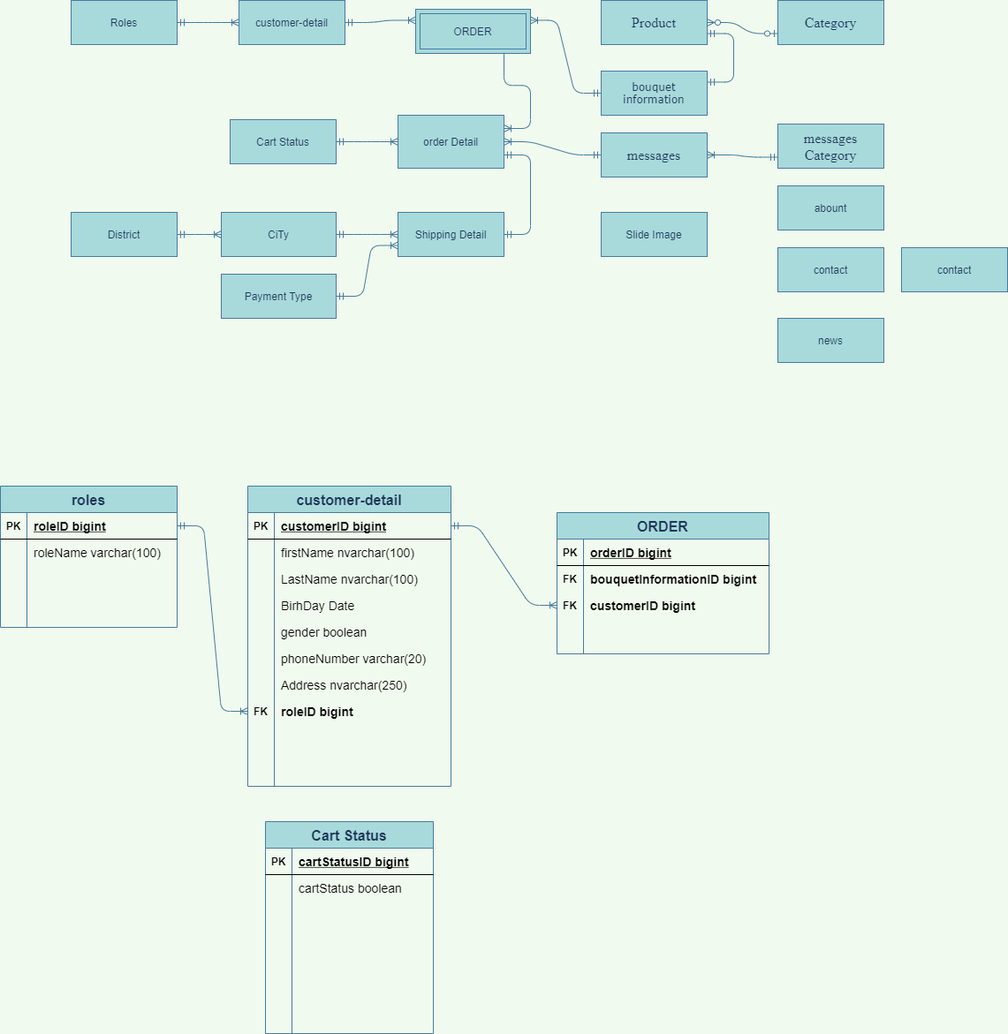
Before: Untitled Diagram.png, a diagram exported from draw.io (maialino123/Eproject-SEM3). Source tidied: cells renumbered, new cells last; positions are measured from the earlier drawing's top-left corner, leaving out a move shared by most shapes.
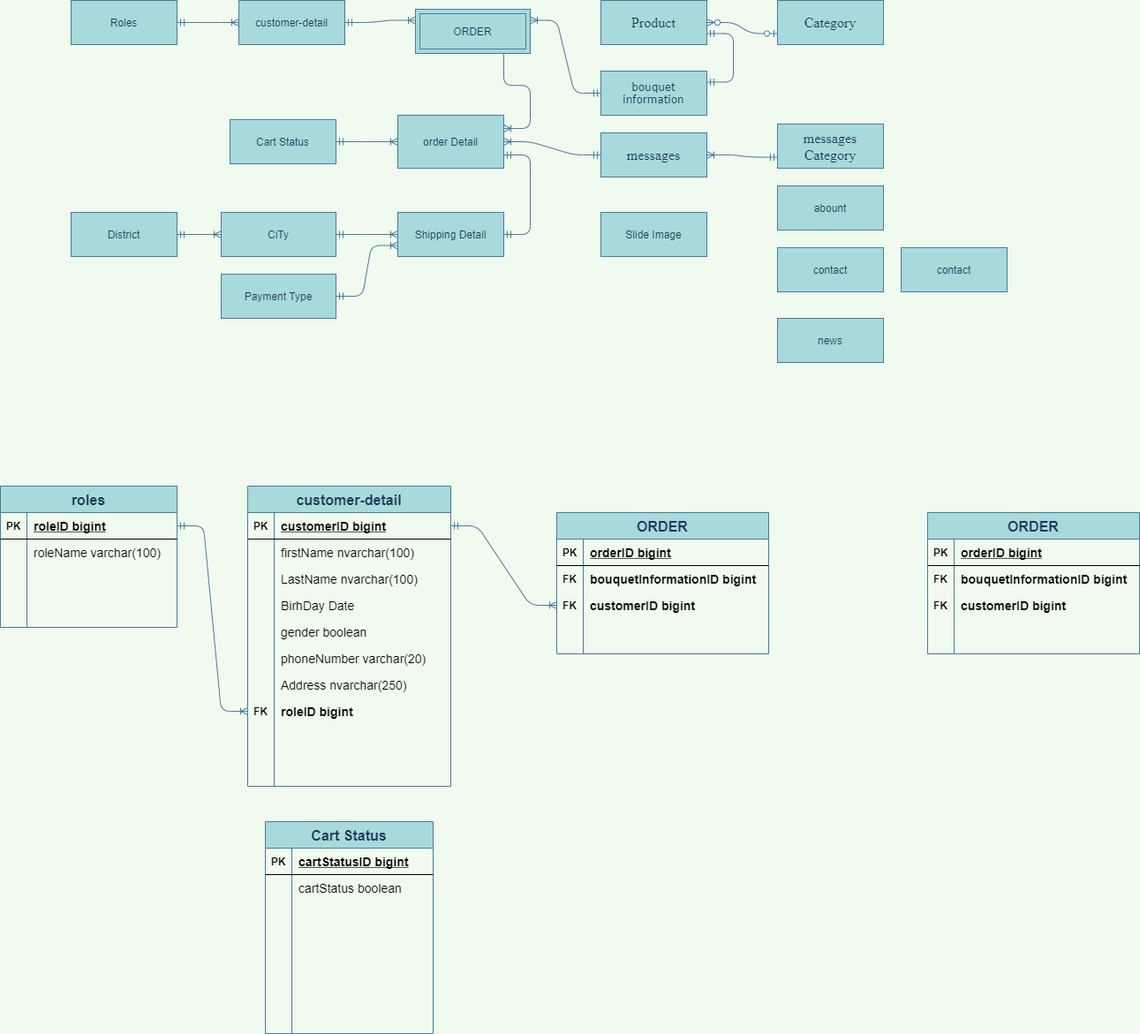
After the commit.

Change to the diagram source:
```diff
@@ -323,5 +323,44 @@
     <mxCell id="108" style="edgeStyle=entityRelationEdgeStyle;fontSize=12;html=1;endArrow=ERoneToMany;startArrow=ERmandOne;fontColor=#1D3557;strokeColor=#457B9D;fillColor=#A8DADC;labelBackgroundColor=#F1FAEE;exitX=1;exitY=0.5;exitDx=0;exitDy=0;entryX=0;entryY=0.5;entryDx=0;entryDy=0;" parent="1" edge="1" source="48" target="102">
       <mxGeometry relative="1" as="geometry" />
     </mxCell>
+    <mxCell id="109" value="ORDER" style="shape=table;startSize=30;rowLines=0;fontStyle=1;align=center;rounded=0;sketch=0;fontSize=16;fontColor=#1D3557;strokeColor=#457B9D;fillColor=#A8DADC;" parent="1" vertex="1">
+      <mxGeometry x="1050" y="580" width="240" height="160" as="geometry" />
+    </mxCell>
+    <mxCell id="110" style="shape=partialRectangle;fillColor=none;top=0;left=0;bottom=1;right=0;" parent="109" vertex="1">
+      <mxGeometry y="30" width="240" height="30" as="geometry" />
+    </mxCell>
+    <mxCell id="111" value="PK" style="shape=partialRectangle;fillColor=none;top=0;left=0;bottom=0;right=0;fontStyle=1;overflow=hidden;" parent="110" vertex="1">
+      <mxGeometry width="30" height="30" as="geometry" />
+    </mxCell>
+    <mxCell id="112" value="orderID bigint" style="shape=partialRectangle;fillColor=none;top=0;left=0;bottom=0;right=0;align=left;spacingLeft=6;fontStyle=5;overflow=hidden;fontSize=14;" parent="110" vertex="1">
+      <mxGeometry x="30" width="210" height="30" as="geometry" />
+    </mxCell>
+    <mxCell id="113" style="shape=partialRectangle;fillColor=none;top=0;left=0;bottom=0;right=0;" parent="109" vertex="1">
+      <mxGeometry y="60" width="240" height="30" as="geometry" />
+    </mxCell>
+    <mxCell id="114" value="FK" style="shape=partialRectangle;fillColor=none;top=0;left=0;bottom=0;right=0;overflow=hidden;fontStyle=1;" parent="113" vertex="1">
+      <mxGeometry width="30" height="30" as="geometry" />
+    </mxCell>
+    <mxCell id="115" value="bouquetInformationID bigint " style="shape=partialRectangle;fillColor=none;top=0;left=0;bottom=0;right=0;align=left;spacingLeft=6;overflow=hidden;fontSize=14;fontStyle=1;" parent="113" vertex="1">
+      <mxGeometry x="30" width="210" height="30" as="geometry" />
+    </mxCell>
+    <mxCell id="116" style="shape=partialRectangle;fillColor=none;top=0;left=0;bottom=0;right=0;" parent="109" vertex="1">
+      <mxGeometry y="90" width="240" height="30" as="geometry" />
+    </mxCell>
+    <mxCell id="117" value="FK" style="shape=partialRectangle;fillColor=none;top=0;left=0;bottom=0;right=0;overflow=hidden;fontStyle=1;" parent="116" vertex="1">
+      <mxGeometry width="30" height="30" as="geometry" />
+    </mxCell>
+    <mxCell id="118" value="customerID bigint" style="shape=partialRectangle;fillColor=none;top=0;left=0;bottom=0;right=0;align=left;spacingLeft=6;overflow=hidden;fontSize=14;fontStyle=1;" parent="116" vertex="1">
+      <mxGeometry x="30" width="210" height="30" as="geometry" />
+    </mxCell>
+    <mxCell id="119" style="shape=partialRectangle;fillColor=none;top=0;left=0;bottom=0;right=0;" parent="109" vertex="1">
+      <mxGeometry y="120" width="240" height="30" as="geometry" />
+    </mxCell>
+    <mxCell id="120" style="shape=partialRectangle;fillColor=none;top=0;left=0;bottom=0;right=0;overflow=hidden;" parent="119" vertex="1">
+      <mxGeometry width="30" height="30" as="geometry" />
+    </mxCell>
+    <mxCell id="121" style="shape=partialRectangle;fillColor=none;top=0;left=0;bottom=0;right=0;align=left;spacingLeft=6;overflow=hidden;" parent="119" vertex="1">
+      <mxGeometry x="30" width="210" height="30" as="geometry" />
+    </mxCell>
   </root>
 </mxGraphModel>
```
